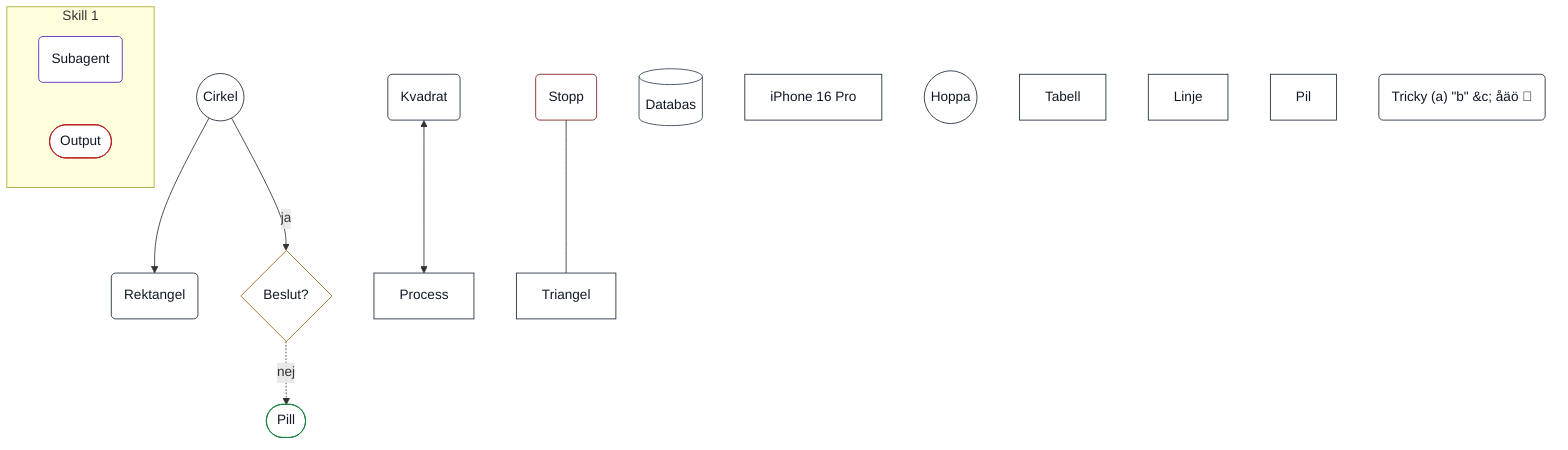
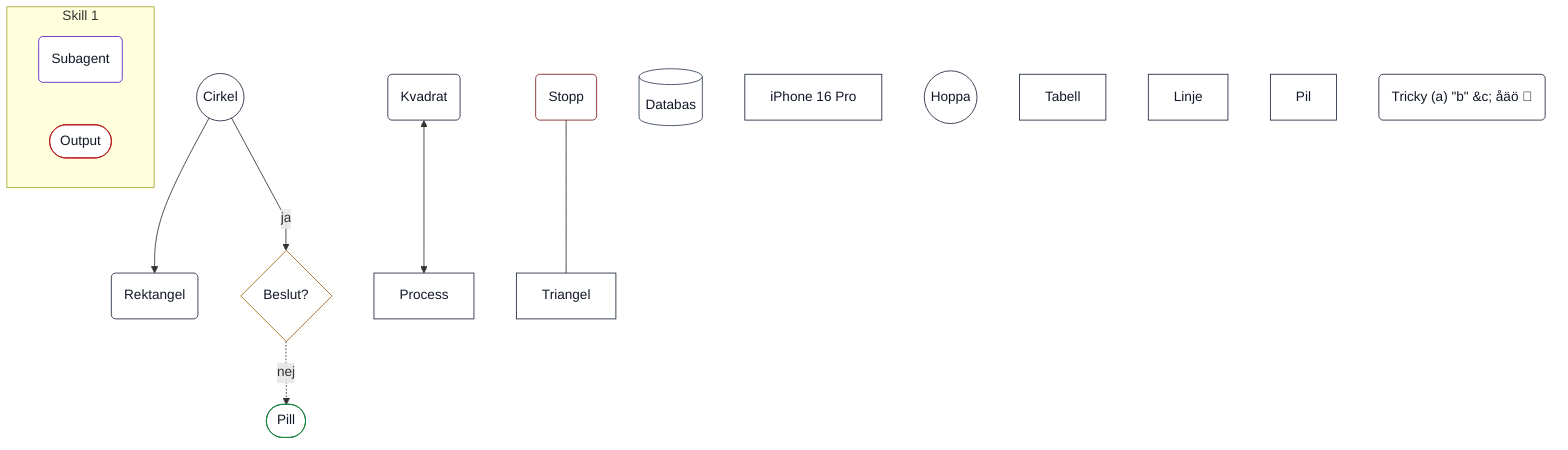
%%{init: {"flowchart": {"curve": "basis"}}}%%
flowchart TD
    ui_N0(("Cirkel")):::ui
    %% ui_N0 pos: 50,50
    %% ui_N0 name: Cirkel
    ui_N1("Rektangel"):::ui
    %% ui_N1 pos: 200,50
    %% ui_N1 name: Rektangel
    router_N2{"Beslut?"}:::router
    %% router_N2 pos: 350,50
    %% router_N2 name: Beslut?
    input_N3(["Pill"]):::input
    %% input_N3 pos: 500,50
    %% input_N3 name: Pill
    ui_N4("Kvadrat"):::ui
    %% ui_N4 shape-type: square
    %% ui_N4 pos: 50,150
    %% ui_N4 name: Kvadrat
    ui_N5["Process"]:::ui
    %% ui_N5 shape-type: processArrow
    %% ui_N5 pos: 200,150
    %% ui_N5 name: Process
    manual_N6("Stopp"):::manual
    %% manual_N6 shape-type: octagon
    %% manual_N6 pos: 350,150
    %% manual_N6 name: Stopp
    ui_N7["Triangel"]:::ui
    %% ui_N7 shape-type: triangle
    %% ui_N7 pos: 500,150
    %% ui_N7 name: Triangel
    evidence_N8[("Databas")]:::evidence
    %% evidence_N8 pos: 50,250
    %% evidence_N8 name: Databas
    ui_N9["iPhone 16 Pro"]:::ui
    %% ui_N9 shape-type: phoneFrame
    %% ui_N9 pos: 200,250
    %% ui_N9 name: iPhone 16 Pro
    ui_N10(("Hoppa")):::ui
    %% ui_N10 link: 1
    %% ui_N10 shape-type: link
    %% ui_N10 pos: 350,250
    %% ui_N10 name: Hoppa
    ui_N11["Tabell"]:::ui
    %% ui_N11 table: 2×2
    %% ui_N11 table-cells: [["a","b"],["c","d"]]
    %% ui_N11 shape-type: table
    %% ui_N11 pos: 500,250
    %% ui_N11 name: Tabell
    ui_N12["Linje"]:::ui
    %% ui_N12 shape-type: line
    %% ui_N12 pos: 50,350
    %% ui_N12 name: Linje
    ui_N13["Pil"]:::ui
    %% ui_N13 shape-type: arrow
    %% ui_N13 pos: 200,350
    %% ui_N13 name: Pil
    ui_N14("Tricky (a) #quot;b#quot; #c; åäö 🎯"):::ui
    %% ui_N14 pos: 350,350
    %% ui_N14 name: Tricky (a) "b" #c; åäö 🎯
    subagent_N16("Subagent"):::subagent
    %% subagent_N16 pos: 360,380
    %% subagent_N16 name: Subagent
    output_N17(["Output"]):::output
    %% output_N17 pos: 440,420
    %% output_N17 name: Output
    subgraph skill_N15 ["Skill 1"]
        subagent_N16
        output_N17
    end
    %% skill_N15 container-pos: 400,400
    %% skill_N15 skill-nr: 1
    %% skill_N15 prompt: Kör (research) → spara #fil; klar
    %% skill_N15 note: min egen anteckning
    ui_N0 -->|"ja"| router_N2
+     %% e0 lineShape: straight
+     linkStyle 0 interpolate linear
    router_N2 -.->|"nej"| input_N3
+     %% e1 lineShape: orthogonal
+     linkStyle 1 interpolate stepAfter
    ui_N0 --> ui_N1
    ui_N4 <--> ui_N5
    manual_N6 --- ui_N7

    %% legend ui: UI-element — text syns på skärmen.
    %% legend input: Ingångspunkt för data eller event.
    %% legend router: Villkorad routing eller beslutspunkt.
    %% legend output: Slutpunkt eller resultat.
    %% legend subagent: Subagent — delegerad uppgift till annan Claude-instans.
    %% legend skill: Skill — predefined kapacitet/protokoll.
    %% legend evidence: Bevis — sparade belägg (skärmdump, HTML, URL) för spårbarhet.
    %% legend manual: Manual — mänsklig kontroll krävs, stoppa automatiken hellre än att gissa.

    classDef ui fill:#ffffff,stroke:#1e293b,color:#111827,font-weight:normal;
    classDef input fill:#ffffff,stroke:#15803d,color:#111827,font-weight:normal;
    classDef router fill:#ffffff,stroke:#a16207,color:#111827,font-weight:normal;
    classDef output fill:#ffffff,stroke:#b91c1c,color:#111827,font-weight:normal;
    classDef subagent fill:#ffffff,stroke:#5b21b6,color:#111827,font-weight:normal;
    classDef skill fill:#ffffff,stroke:#c2410c,color:#111827,font-weight:normal;
    classDef evidence fill:#ffffff,stroke:#334155,color:#111827,font-weight:normal;
    classDef manual fill:#ffffff,stroke:#7f1d1d,color:#111827,font-weight:normal;